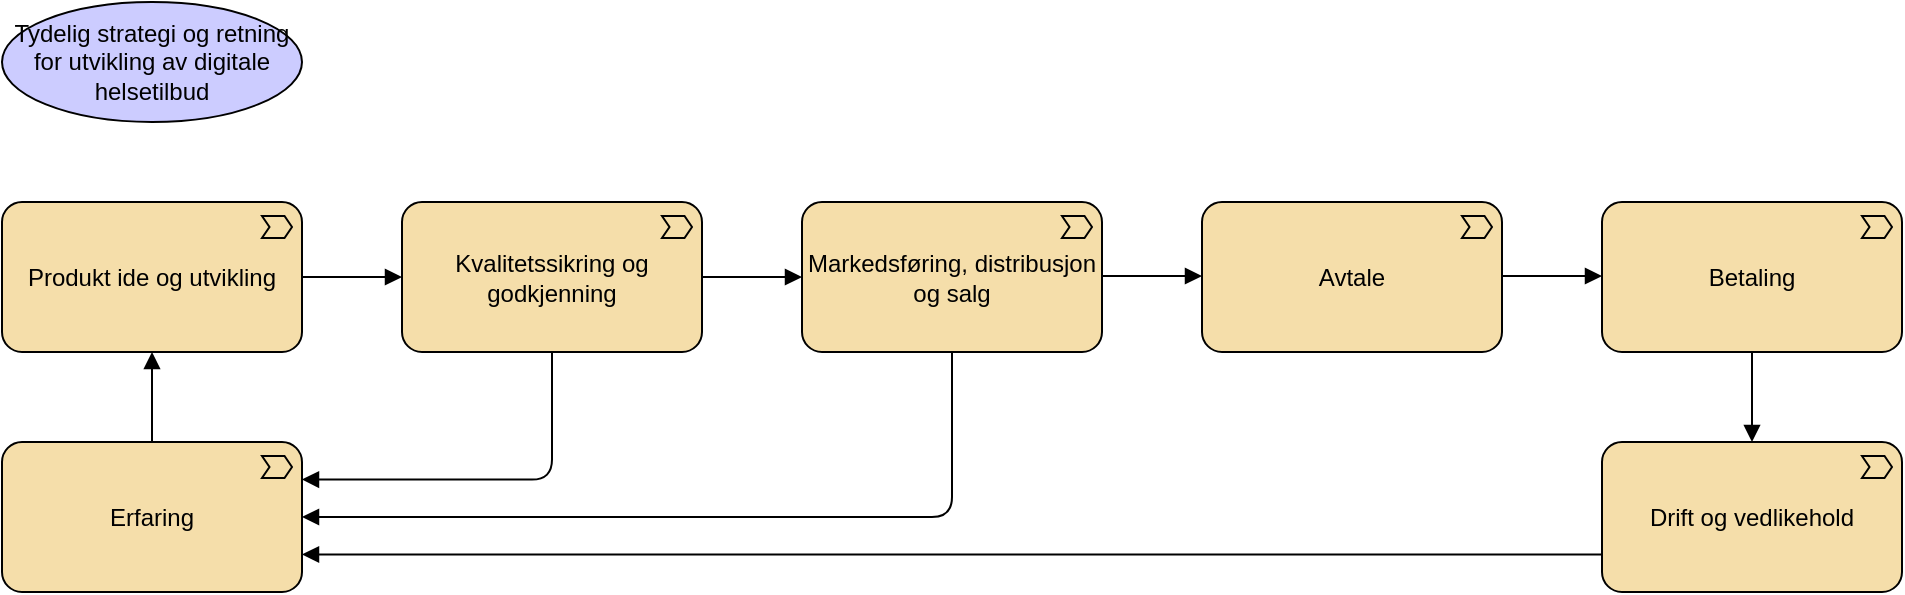
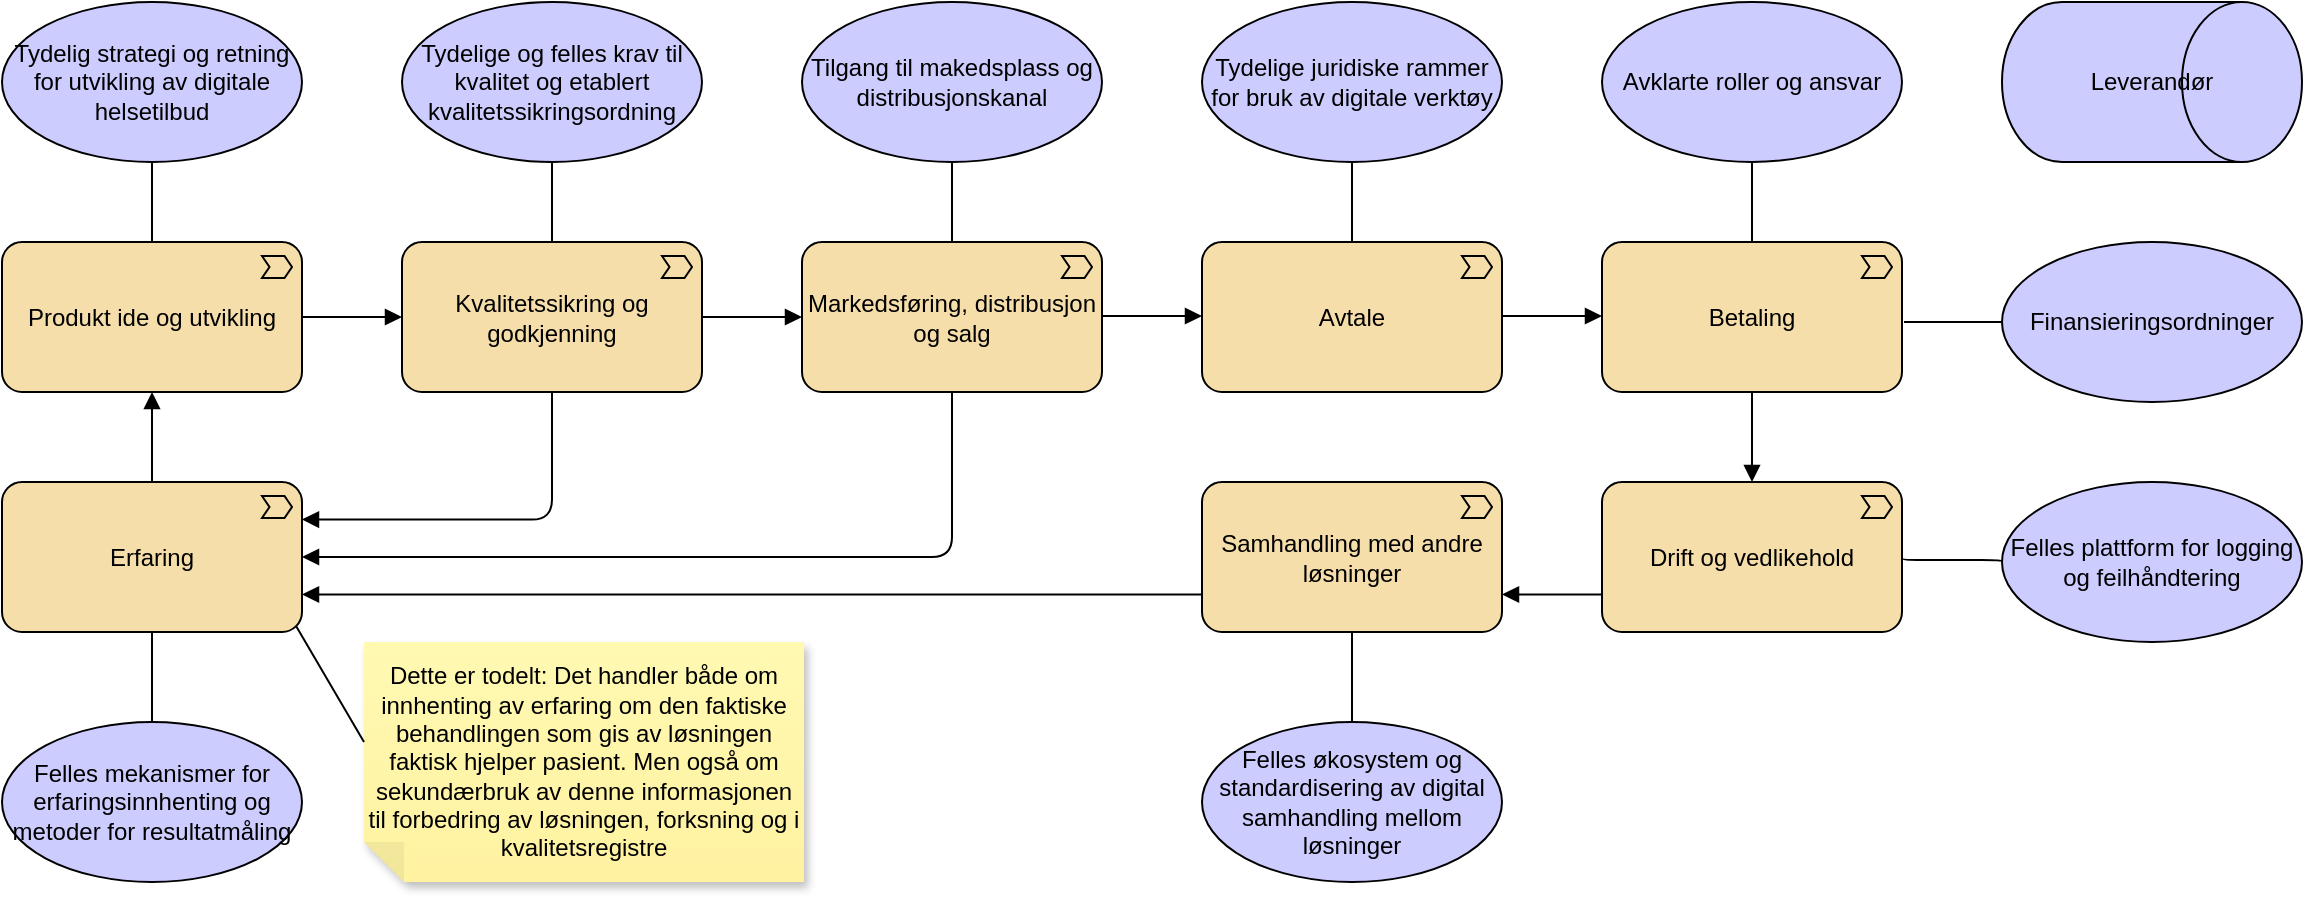
<mxfile host="65bd71144e">
    <diagram id="GwMaOcinR9aT1UnFt0KR" name="value-chain-produktutvikling">
-         <mxGraphModel dx="1461" dy="851" grid="1" gridSize="10" guides="1" tooltips="1" connect="1" arrows="1" fold="1" page="1" pageScale="1" pageWidth="1169" pageHeight="827" math="0" shadow="0">
+         <mxGraphModel dx="2165" dy="851" grid="1" gridSize="10" guides="1" tooltips="1" connect="1" arrows="1" fold="1" page="1" pageScale="1" pageWidth="1169" pageHeight="827" math="0" shadow="0">
            <root>
                <mxCell id="0"/>
                <mxCell id="1" parent="0"/>
-                 <mxCell id="2" value="Produkt ide og utvikling" style="html=1;outlineConnect=0;whiteSpace=wrap;fillColor=#F5DEAA;shape=mxgraph.archimate3.application;appType=valueStream;archiType=rounded;" vertex="1" parent="1">
-                     <mxGeometry x="80" y="160" width="150" height="75" as="geometry"/>
+                 <mxCell id="2" value="Produkt ide og utvikling" style="html=1;outlineConnect=0;whiteSpace=wrap;fillColor=#F5DEAA;shape=mxgraph.archimate3.application;appType=valueStream;archiType=rounded;" parent="1" vertex="1">
+                     <mxGeometry x="19" y="160" width="150" height="75" as="geometry"/>
                </mxCell>
-                 <mxCell id="3" value="Kvalitetssikring og godkjenning" style="html=1;outlineConnect=0;whiteSpace=wrap;fillColor=#F5DEAA;shape=mxgraph.archimate3.application;appType=valueStream;archiType=rounded;" vertex="1" parent="1">
-                     <mxGeometry x="280" y="160" width="150" height="75" as="geometry"/>
+                 <mxCell id="3" value="Kvalitetssikring og godkjenning" style="html=1;outlineConnect=0;whiteSpace=wrap;fillColor=#F5DEAA;shape=mxgraph.archimate3.application;appType=valueStream;archiType=rounded;" parent="1" vertex="1">
+                     <mxGeometry x="219" y="160" width="150" height="75" as="geometry"/>
                </mxCell>
-                 <mxCell id="5" value="Markedsføring, distribusjon og salg" style="html=1;outlineConnect=0;whiteSpace=wrap;fillColor=#F5DEAA;shape=mxgraph.archimate3.application;appType=valueStream;archiType=rounded;" vertex="1" parent="1">
-                     <mxGeometry x="480" y="160" width="150" height="75" as="geometry"/>
+                 <mxCell id="5" value="Markedsføring, distribusjon og salg" style="html=1;outlineConnect=0;whiteSpace=wrap;fillColor=#F5DEAA;shape=mxgraph.archimate3.application;appType=valueStream;archiType=rounded;" parent="1" vertex="1">
+                     <mxGeometry x="419" y="160" width="150" height="75" as="geometry"/>
                </mxCell>
-                 <mxCell id="6" value="Avtale" style="html=1;outlineConnect=0;whiteSpace=wrap;fillColor=#F5DEAA;shape=mxgraph.archimate3.application;appType=valueStream;archiType=rounded;" vertex="1" parent="1">
-                     <mxGeometry x="680" y="160" width="150" height="75" as="geometry"/>
+                 <mxCell id="6" value="Avtale" style="html=1;outlineConnect=0;whiteSpace=wrap;fillColor=#F5DEAA;shape=mxgraph.archimate3.application;appType=valueStream;archiType=rounded;" parent="1" vertex="1">
+                     <mxGeometry x="619" y="160" width="150" height="75" as="geometry"/>
                </mxCell>
-                 <mxCell id="7" value="Betaling" style="html=1;outlineConnect=0;whiteSpace=wrap;fillColor=#F5DEAA;shape=mxgraph.archimate3.application;appType=valueStream;archiType=rounded;" vertex="1" parent="1">
-                     <mxGeometry x="880" y="160" width="150" height="75" as="geometry"/>
+                 <mxCell id="7" value="Betaling" style="html=1;outlineConnect=0;whiteSpace=wrap;fillColor=#F5DEAA;shape=mxgraph.archimate3.application;appType=valueStream;archiType=rounded;" parent="1" vertex="1">
+                     <mxGeometry x="819" y="160" width="150" height="75" as="geometry"/>
                </mxCell>
-                 <mxCell id="8" value="Drift og vedlikehold" style="html=1;outlineConnect=0;whiteSpace=wrap;fillColor=#F5DEAA;shape=mxgraph.archimate3.application;appType=valueStream;archiType=rounded;" vertex="1" parent="1">
-                     <mxGeometry x="880" y="280" width="150" height="75" as="geometry"/>
+                 <mxCell id="8" value="Drift og vedlikehold" style="html=1;outlineConnect=0;whiteSpace=wrap;fillColor=#F5DEAA;shape=mxgraph.archimate3.application;appType=valueStream;archiType=rounded;" parent="1" vertex="1">
+                     <mxGeometry x="819" y="280" width="150" height="75" as="geometry"/>
                </mxCell>
-                 <mxCell id="9" value="Erfaring" style="html=1;outlineConnect=0;whiteSpace=wrap;fillColor=#F5DEAA;shape=mxgraph.archimate3.application;appType=valueStream;archiType=rounded;" vertex="1" parent="1">
-                     <mxGeometry x="80" y="280" width="150" height="75" as="geometry"/>
+                 <mxCell id="9" value="Erfaring" style="html=1;outlineConnect=0;whiteSpace=wrap;fillColor=#F5DEAA;shape=mxgraph.archimate3.application;appType=valueStream;archiType=rounded;" parent="1" vertex="1">
+                     <mxGeometry x="19" y="280" width="150" height="75" as="geometry"/>
                </mxCell>
-                 <mxCell id="10" value="" style="edgeStyle=orthogonalEdgeStyle;html=1;endArrow=block;dashed=0;elbow=vertical;endFill=1;exitX=1;exitY=0.5;exitDx=0;exitDy=0;exitPerimeter=0;entryX=0;entryY=0.5;entryDx=0;entryDy=0;entryPerimeter=0;" edge="1" parent="1" source="2" target="3">
+                 <mxCell id="10" value="" style="edgeStyle=orthogonalEdgeStyle;html=1;endArrow=block;dashed=0;elbow=vertical;endFill=1;exitX=1;exitY=0.5;exitDx=0;exitDy=0;exitPerimeter=0;entryX=0;entryY=0.5;entryDx=0;entryDy=0;entryPerimeter=0;" parent="1" source="2" target="3" edge="1">
                    <mxGeometry width="160" relative="1" as="geometry">
-                         <mxPoint x="390" y="215" as="sourcePoint"/>
-                         <mxPoint x="470" y="340" as="targetPoint"/>
+                         <mxPoint x="329" y="215" as="sourcePoint"/>
+                         <mxPoint x="409" y="340" as="targetPoint"/>
                    </mxGeometry>
                </mxCell>
-                 <mxCell id="11" value="" style="html=1;endArrow=block;dashed=0;elbow=vertical;endFill=1;exitX=1;exitY=0.5;exitDx=0;exitDy=0;exitPerimeter=0;entryX=0;entryY=0.5;entryDx=0;entryDy=0;entryPerimeter=0;" edge="1" parent="1" source="3" target="5">
+                 <mxCell id="11" value="" style="html=1;endArrow=block;dashed=0;elbow=vertical;endFill=1;exitX=1;exitY=0.5;exitDx=0;exitDy=0;exitPerimeter=0;entryX=0;entryY=0.5;entryDx=0;entryDy=0;entryPerimeter=0;" parent="1" source="3" target="5" edge="1">
                    <mxGeometry width="160" relative="1" as="geometry">
-                         <mxPoint x="240" y="208" as="sourcePoint"/>
-                         <mxPoint x="290" y="208" as="targetPoint"/>
+                         <mxPoint x="179" y="208" as="sourcePoint"/>
+                         <mxPoint x="229" y="208" as="targetPoint"/>
                    </mxGeometry>
                </mxCell>
-                 <mxCell id="12" value="" style="html=1;endArrow=block;dashed=0;elbow=vertical;endFill=1;exitX=1;exitY=0.5;exitDx=0;exitDy=0;exitPerimeter=0;entryX=0;entryY=0.5;entryDx=0;entryDy=0;entryPerimeter=0;" edge="1" parent="1">
+                 <mxCell id="12" value="" style="html=1;endArrow=block;dashed=0;elbow=vertical;endFill=1;exitX=1;exitY=0.5;exitDx=0;exitDy=0;exitPerimeter=0;entryX=0;entryY=0.5;entryDx=0;entryDy=0;entryPerimeter=0;" parent="1" edge="1">
                    <mxGeometry width="160" relative="1" as="geometry">
-                         <mxPoint x="630" y="197" as="sourcePoint"/>
-                         <mxPoint x="680" y="197" as="targetPoint"/>
+                         <mxPoint x="569" y="197" as="sourcePoint"/>
+                         <mxPoint x="619" y="197" as="targetPoint"/>
                    </mxGeometry>
                </mxCell>
-                 <mxCell id="13" value="" style="html=1;endArrow=block;dashed=0;elbow=vertical;endFill=1;exitX=1;exitY=0.5;exitDx=0;exitDy=0;exitPerimeter=0;entryX=0;entryY=0.5;entryDx=0;entryDy=0;entryPerimeter=0;" edge="1" parent="1">
+                 <mxCell id="13" value="" style="html=1;endArrow=block;dashed=0;elbow=vertical;endFill=1;exitX=1;exitY=0.5;exitDx=0;exitDy=0;exitPerimeter=0;entryX=0;entryY=0.5;entryDx=0;entryDy=0;entryPerimeter=0;" parent="1" edge="1">
                    <mxGeometry width="160" relative="1" as="geometry">
-                         <mxPoint x="830" y="197" as="sourcePoint"/>
-                         <mxPoint x="880" y="197" as="targetPoint"/>
+                         <mxPoint x="769" y="197" as="sourcePoint"/>
+                         <mxPoint x="819" y="197" as="targetPoint"/>
                    </mxGeometry>
                </mxCell>
-                 <mxCell id="14" value="" style="html=1;endArrow=block;dashed=0;elbow=vertical;endFill=1;exitX=0.5;exitY=1;exitDx=0;exitDy=0;exitPerimeter=0;entryX=0.5;entryY=0;entryDx=0;entryDy=0;entryPerimeter=0;" edge="1" parent="1" source="7" target="8">
+                 <mxCell id="14" value="" style="html=1;endArrow=block;dashed=0;elbow=vertical;endFill=1;exitX=0.5;exitY=1;exitDx=0;exitDy=0;exitPerimeter=0;entryX=0.5;entryY=0;entryDx=0;entryDy=0;entryPerimeter=0;" parent="1" source="7" target="8" edge="1">
                    <mxGeometry width="160" relative="1" as="geometry">
-                         <mxPoint x="950" y="250" as="sourcePoint"/>
-                         <mxPoint x="1000" y="250" as="targetPoint"/>
+                         <mxPoint x="889" y="250" as="sourcePoint"/>
+                         <mxPoint x="939" y="250" as="targetPoint"/>
                    </mxGeometry>
                </mxCell>
-                 <mxCell id="15" value="" style="html=1;endArrow=block;dashed=0;elbow=vertical;endFill=1;exitX=0;exitY=0.75;exitDx=0;exitDy=0;exitPerimeter=0;entryX=1;entryY=0.75;entryDx=0;entryDy=0;entryPerimeter=0;" edge="1" parent="1" source="8" target="9">
+                 <mxCell id="15" value="" style="html=1;endArrow=block;dashed=0;elbow=vertical;endFill=1;exitX=0;exitY=0.75;exitDx=0;exitDy=0;exitPerimeter=0;entryX=1;entryY=0.75;entryDx=0;entryDy=0;entryPerimeter=0;" parent="1" source="25" target="9" edge="1">
                    <mxGeometry width="160" relative="1" as="geometry">
-                         <mxPoint x="470" y="238" as="sourcePoint"/>
-                         <mxPoint x="520" y="238" as="targetPoint"/>
+                         <mxPoint x="409" y="238" as="sourcePoint"/>
+                         <mxPoint x="459" y="238" as="targetPoint"/>
                    </mxGeometry>
                </mxCell>
-                 <mxCell id="16" value="" style="html=1;endArrow=block;dashed=0;elbow=vertical;endFill=1;exitX=0.5;exitY=0;exitDx=0;exitDy=0;exitPerimeter=0;entryX=0.5;entryY=1;entryDx=0;entryDy=0;entryPerimeter=0;" edge="1" parent="1" source="9" target="2">
+                 <mxCell id="16" value="" style="html=1;endArrow=block;dashed=0;elbow=vertical;endFill=1;exitX=0.5;exitY=0;exitDx=0;exitDy=0;exitPerimeter=0;entryX=0.5;entryY=1;entryDx=0;entryDy=0;entryPerimeter=0;" parent="1" source="9" target="2" edge="1">
                    <mxGeometry width="160" relative="1" as="geometry">
-                         <mxPoint x="480" y="248" as="sourcePoint"/>
-                         <mxPoint x="530" y="248" as="targetPoint"/>
+                         <mxPoint x="419" y="248" as="sourcePoint"/>
+                         <mxPoint x="469" y="248" as="targetPoint"/>
                    </mxGeometry>
                </mxCell>
-                 <mxCell id="17" value="" style="edgeStyle=orthogonalEdgeStyle;html=1;endArrow=block;dashed=0;elbow=vertical;endFill=1;exitX=0.5;exitY=1;exitDx=0;exitDy=0;exitPerimeter=0;entryX=1;entryY=0.25;entryDx=0;entryDy=0;entryPerimeter=0;" edge="1" parent="1" source="3" target="9">
+                 <mxCell id="17" value="" style="edgeStyle=orthogonalEdgeStyle;html=1;endArrow=block;dashed=0;elbow=vertical;endFill=1;exitX=0.5;exitY=1;exitDx=0;exitDy=0;exitPerimeter=0;entryX=1;entryY=0.25;entryDx=0;entryDy=0;entryPerimeter=0;" parent="1" source="3" target="9" edge="1">
                    <mxGeometry width="160" relative="1" as="geometry">
-                         <mxPoint x="240" y="208" as="sourcePoint"/>
-                         <mxPoint x="290" y="208" as="targetPoint"/>
+                         <mxPoint x="179" y="208" as="sourcePoint"/>
+                         <mxPoint x="229" y="208" as="targetPoint"/>
                    </mxGeometry>
                </mxCell>
-                 <mxCell id="18" value="" style="edgeStyle=orthogonalEdgeStyle;html=1;endArrow=block;dashed=0;elbow=vertical;endFill=1;exitX=0.5;exitY=1;exitDx=0;exitDy=0;exitPerimeter=0;entryX=1;entryY=0.5;entryDx=0;entryDy=0;entryPerimeter=0;" edge="1" parent="1" source="5" target="9">
+                 <mxCell id="18" value="" style="edgeStyle=orthogonalEdgeStyle;html=1;endArrow=block;dashed=0;elbow=vertical;endFill=1;exitX=0.5;exitY=1;exitDx=0;exitDy=0;exitPerimeter=0;entryX=1;entryY=0.5;entryDx=0;entryDy=0;entryPerimeter=0;" parent="1" source="5" target="9" edge="1">
                    <mxGeometry width="160" relative="1" as="geometry">
-                         <mxPoint x="250" y="218" as="sourcePoint"/>
-                         <mxPoint x="300" y="218" as="targetPoint"/>
+                         <mxPoint x="189" y="218" as="sourcePoint"/>
+                         <mxPoint x="239" y="218" as="targetPoint"/>
                    </mxGeometry>
                </mxCell>
-                 <mxCell id="19" value="Tydelig strategi og retning for utvikling av digitale helsetilbud" style="shape=ellipse;html=1;whiteSpace=wrap;fillColor=#CCCCFF;" vertex="1" parent="1">
-                     <mxGeometry x="80" y="60" width="150" height="60" as="geometry"/>
+                 <mxCell id="19" value="Tydelig strategi og retning for utvikling av digitale helsetilbud" style="shape=ellipse;html=1;whiteSpace=wrap;fillColor=#CCCCFF;" parent="1" vertex="1">
+                     <mxGeometry x="19" y="40" width="150" height="80" as="geometry"/>
+                 </mxCell>
+                 <mxCell id="20" value="Tydelige og felles krav til kvalitet og etablert kvalitetssikringsordning" style="shape=ellipse;html=1;whiteSpace=wrap;fillColor=#CCCCFF;" vertex="1" parent="1">
+                     <mxGeometry x="219" y="40" width="150" height="80" as="geometry"/>
+                 </mxCell>
+                 <mxCell id="21" value="Tilgang til makedsplass og distribusjonskanal" style="shape=ellipse;html=1;whiteSpace=wrap;fillColor=#CCCCFF;" vertex="1" parent="1">
+                     <mxGeometry x="419" y="40" width="150" height="80" as="geometry"/>
+                 </mxCell>
+                 <mxCell id="22" value="Tydelige juridiske rammer for bruk av digitale verktøy" style="shape=ellipse;html=1;whiteSpace=wrap;fillColor=#CCCCFF;" vertex="1" parent="1">
+                     <mxGeometry x="619" y="40" width="150" height="80" as="geometry"/>
+                 </mxCell>
+                 <mxCell id="23" value="Avklarte roller og ansvar" style="shape=ellipse;html=1;whiteSpace=wrap;fillColor=#CCCCFF;" vertex="1" parent="1">
+                     <mxGeometry x="819" y="40" width="150" height="80" as="geometry"/>
+                 </mxCell>
+                 <mxCell id="24" value="Finansieringsordninger" style="shape=ellipse;html=1;whiteSpace=wrap;fillColor=#CCCCFF;" vertex="1" parent="1">
+                     <mxGeometry x="1019" y="160" width="150" height="80" as="geometry"/>
+                 </mxCell>
+                 <mxCell id="26" value="" style="html=1;endArrow=block;dashed=0;elbow=vertical;endFill=1;exitX=0;exitY=0.75;exitDx=0;exitDy=0;exitPerimeter=0;entryX=1;entryY=0.75;entryDx=0;entryDy=0;entryPerimeter=0;" edge="1" parent="1" source="8" target="25">
+                     <mxGeometry width="160" relative="1" as="geometry">
+                         <mxPoint x="819" y="336" as="sourcePoint"/>
+                         <mxPoint x="169" y="336" as="targetPoint"/>
+                     </mxGeometry>
+                 </mxCell>
+                 <mxCell id="25" value="Samhandling med andre løsninger" style="html=1;outlineConnect=0;whiteSpace=wrap;fillColor=#F5DEAA;shape=mxgraph.archimate3.application;appType=valueStream;archiType=rounded;" vertex="1" parent="1">
+                     <mxGeometry x="619" y="280" width="150" height="75" as="geometry"/>
+                 </mxCell>
+                 <mxCell id="27" value="Felles plattform for logging og feilhåndtering" style="shape=ellipse;html=1;whiteSpace=wrap;fillColor=#CCCCFF;" vertex="1" parent="1">
+                     <mxGeometry x="1019" y="280" width="150" height="80" as="geometry"/>
+                 </mxCell>
+                 <mxCell id="28" value="Felles økosystem og standardisering av digital samhandling mellom løsninger" style="shape=ellipse;html=1;whiteSpace=wrap;fillColor=#CCCCFF;" vertex="1" parent="1">
+                     <mxGeometry x="619" y="400" width="150" height="80" as="geometry"/>
+                 </mxCell>
+                 <mxCell id="29" value="Felles mekanismer for erfaringsinnhenting og metoder for resultatmåling" style="shape=ellipse;html=1;whiteSpace=wrap;fillColor=#CCCCFF;" vertex="1" parent="1">
+                     <mxGeometry x="19" y="400" width="150" height="80" as="geometry"/>
+                 </mxCell>
+                 <mxCell id="30" value="" style="edgeStyle=elbowEdgeStyle;html=1;endArrow=none;elbow=vertical;exitX=0.5;exitY=1;exitDx=0;exitDy=0;entryX=0.5;entryY=0;entryDx=0;entryDy=0;entryPerimeter=0;" edge="1" parent="1" source="20" target="3">
+                     <mxGeometry width="160" relative="1" as="geometry">
+                         <mxPoint x="740" y="350" as="sourcePoint"/>
+                         <mxPoint x="900" y="350" as="targetPoint"/>
+                     </mxGeometry>
+                 </mxCell>
+                 <mxCell id="31" value="" style="edgeStyle=elbowEdgeStyle;html=1;endArrow=none;elbow=vertical;entryX=0.5;entryY=1;entryDx=0;entryDy=0;" edge="1" parent="1" target="19">
+                     <mxGeometry width="160" relative="1" as="geometry">
+                         <mxPoint x="94" y="160" as="sourcePoint"/>
+                         <mxPoint x="419" y="380" as="targetPoint"/>
+                     </mxGeometry>
+                 </mxCell>
+                 <mxCell id="32" value="" style="edgeStyle=elbowEdgeStyle;html=1;endArrow=none;elbow=vertical;exitX=0.5;exitY=1;exitDx=0;exitDy=0;entryX=0.5;entryY=0;entryDx=0;entryDy=0;entryPerimeter=0;" edge="1" parent="1" source="21" target="5">
+                     <mxGeometry width="160" relative="1" as="geometry">
+                         <mxPoint x="304" y="130" as="sourcePoint"/>
+                         <mxPoint x="304" y="170" as="targetPoint"/>
+                     </mxGeometry>
+                 </mxCell>
+                 <mxCell id="33" value="" style="edgeStyle=elbowEdgeStyle;html=1;endArrow=none;elbow=vertical;exitX=0.5;exitY=1;exitDx=0;exitDy=0;entryX=0.5;entryY=0;entryDx=0;entryDy=0;entryPerimeter=0;" edge="1" parent="1" source="22" target="6">
+                     <mxGeometry width="160" relative="1" as="geometry">
+                         <mxPoint x="314" y="140" as="sourcePoint"/>
+                         <mxPoint x="314" y="180" as="targetPoint"/>
+                     </mxGeometry>
+                 </mxCell>
+                 <mxCell id="34" value="" style="edgeStyle=elbowEdgeStyle;html=1;endArrow=none;elbow=vertical;exitX=0.5;exitY=1;exitDx=0;exitDy=0;entryX=0.5;entryY=0;entryDx=0;entryDy=0;entryPerimeter=0;" edge="1" parent="1" source="23" target="7">
+                     <mxGeometry width="160" relative="1" as="geometry">
+                         <mxPoint x="324" y="150" as="sourcePoint"/>
+                         <mxPoint x="324" y="190" as="targetPoint"/>
+                     </mxGeometry>
+                 </mxCell>
+                 <mxCell id="35" value="" style="edgeStyle=elbowEdgeStyle;html=1;endArrow=none;elbow=vertical;exitX=0;exitY=0.5;exitDx=0;exitDy=0;" edge="1" parent="1" source="24">
+                     <mxGeometry width="160" relative="1" as="geometry">
+                         <mxPoint x="334" y="160" as="sourcePoint"/>
+                         <mxPoint x="970" y="200" as="targetPoint"/>
+                     </mxGeometry>
+                 </mxCell>
+                 <mxCell id="36" value="" style="edgeStyle=elbowEdgeStyle;html=1;endArrow=none;elbow=vertical;exitX=0;exitY=0.5;exitDx=0;exitDy=0;entryX=1;entryY=0.5;entryDx=0;entryDy=0;entryPerimeter=0;" edge="1" parent="1" source="27" target="8">
+                     <mxGeometry width="160" relative="1" as="geometry">
+                         <mxPoint x="344" y="170" as="sourcePoint"/>
+                         <mxPoint x="344" y="210" as="targetPoint"/>
+                     </mxGeometry>
+                 </mxCell>
+                 <mxCell id="37" value="" style="edgeStyle=elbowEdgeStyle;html=1;endArrow=none;elbow=vertical;exitX=0.5;exitY=0;exitDx=0;exitDy=0;entryX=0.5;entryY=1;entryDx=0;entryDy=0;entryPerimeter=0;" edge="1" parent="1" source="28" target="25">
+                     <mxGeometry width="160" relative="1" as="geometry">
+                         <mxPoint x="354" y="180" as="sourcePoint"/>
+                         <mxPoint x="680" y="370" as="targetPoint"/>
+                     </mxGeometry>
+                 </mxCell>
+                 <mxCell id="38" value="" style="edgeStyle=elbowEdgeStyle;html=1;endArrow=none;elbow=vertical;exitX=0.5;exitY=1;exitDx=0;exitDy=0;entryX=0.5;entryY=0;entryDx=0;entryDy=0;exitPerimeter=0;" edge="1" parent="1" source="9" target="29">
+                     <mxGeometry width="160" relative="1" as="geometry">
+                         <mxPoint x="364" y="190" as="sourcePoint"/>
+                         <mxPoint x="364" y="230" as="targetPoint"/>
+                     </mxGeometry>
+                 </mxCell>
+                 <mxCell id="40" value="Leverandør" style="html=1;outlineConnect=0;whiteSpace=wrap;fillColor=#CCCCFF;shape=mxgraph.archimate3.role;" vertex="1" parent="1">
+                     <mxGeometry x="1019" y="40" width="150" height="80" as="geometry"/>
+                 </mxCell>
+                 <mxCell id="41" value="Dette er todelt: Det handler både om innhenting av erfaring om den faktiske behandlingen som gis av løsningen faktisk hjelper pasient. Men også om sekundærbruk av denne informasjonen til forbedring av løsningen, forksning og i kvalitetsregistre" style="shape=note;whiteSpace=wrap;html=1;backgroundOutline=1;fontColor=#000000;darkOpacity=0.05;fillColor=#FFF9B2;strokeColor=none;fillStyle=solid;direction=west;gradientDirection=north;gradientColor=#FFF2A1;shadow=1;size=20;pointerEvents=1;" vertex="1" parent="1">
+                     <mxGeometry x="200" y="360" width="220" height="120" as="geometry"/>
+                 </mxCell>
+                 <mxCell id="42" value="" style="html=1;endArrow=none;elbow=vertical;exitX=1;exitY=1;exitDx=-2.9;exitDy=-2.9;entryX=0;entryY=0;entryDx=220;entryDy=70;exitPerimeter=0;entryPerimeter=0;" edge="1" parent="1" source="9" target="41">
+                     <mxGeometry width="160" relative="1" as="geometry">
+                         <mxPoint x="104" y="365" as="sourcePoint"/>
+                         <mxPoint x="104" y="410" as="targetPoint"/>
+                     </mxGeometry>
                </mxCell>
            </root>
        </mxGraphModel>
    </diagram>
</mxfile>